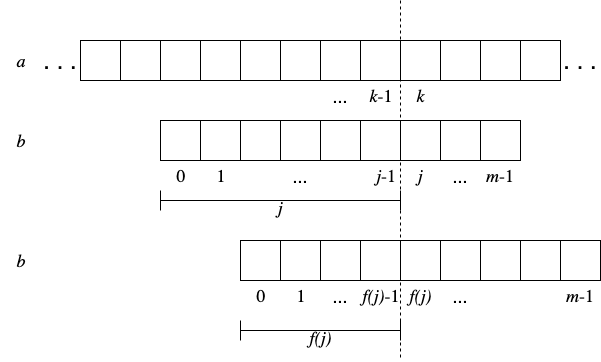
ppoblete/AED keeps this draw.io diagram as kmp3.png. Above is the earlier version. Source tidied: cells renumbered, new cells last; positions are measured from the earlier drawing's top-left corner, leaving out a move shared by most shapes.
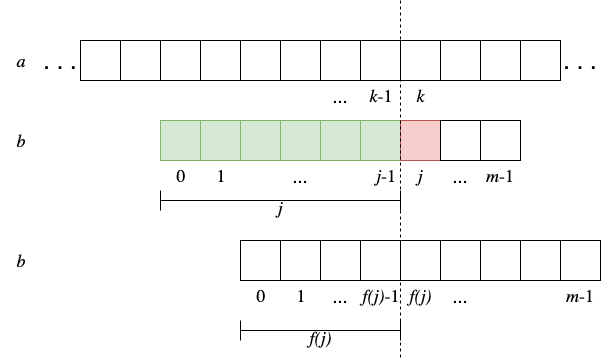
The same file after the commit.

Diff of the diagram source:
```diff
@@ -32,25 +32,25 @@
     <mxCell id="11" style="whiteSpace=wrap;html=1;" parent="1" vertex="1">
       <mxGeometry x="440" y="40" width="40" height="40" as="geometry" />
     </mxCell>
-    <mxCell id="12" style="whiteSpace=wrap;html=1;" parent="1" vertex="1">
+    <mxCell id="12" style="whiteSpace=wrap;html=1;fillColor=#d5e8d4;strokeColor=#82b366;" parent="1" vertex="1">
       <mxGeometry x="160" y="120" width="40" height="40" as="geometry" />
     </mxCell>
-    <mxCell id="13" style="whiteSpace=wrap;html=1;" parent="1" vertex="1">
+    <mxCell id="13" style="whiteSpace=wrap;html=1;fillColor=#d5e8d4;strokeColor=#82b366;" parent="1" vertex="1">
       <mxGeometry x="200" y="120" width="40" height="40" as="geometry" />
     </mxCell>
-    <mxCell id="14" style="whiteSpace=wrap;html=1;" parent="1" vertex="1">
+    <mxCell id="14" style="whiteSpace=wrap;html=1;fillColor=#d5e8d4;strokeColor=#82b366;" parent="1" vertex="1">
       <mxGeometry x="240" y="120" width="40" height="40" as="geometry" />
     </mxCell>
-    <mxCell id="15" style="whiteSpace=wrap;html=1;" parent="1" vertex="1">
+    <mxCell id="15" style="whiteSpace=wrap;html=1;fillColor=#d5e8d4;strokeColor=#82b366;" parent="1" vertex="1">
       <mxGeometry x="280" y="120" width="40" height="40" as="geometry" />
     </mxCell>
-    <mxCell id="16" style="whiteSpace=wrap;html=1;" parent="1" vertex="1">
+    <mxCell id="16" style="whiteSpace=wrap;html=1;fillColor=#d5e8d4;strokeColor=#82b366;" parent="1" vertex="1">
       <mxGeometry x="320" y="120" width="40" height="40" as="geometry" />
     </mxCell>
-    <mxCell id="17" style="whiteSpace=wrap;html=1;" parent="1" vertex="1">
+    <mxCell id="17" style="whiteSpace=wrap;html=1;fillColor=#d5e8d4;strokeColor=#82b366;" parent="1" vertex="1">
       <mxGeometry x="360" y="120" width="40" height="40" as="geometry" />
     </mxCell>
-    <mxCell id="18" style="whiteSpace=wrap;html=1;" parent="1" vertex="1">
+    <mxCell id="18" style="whiteSpace=wrap;html=1;fillColor=#f8cecc;strokeColor=#b85450;" parent="1" vertex="1">
       <mxGeometry x="400" y="120" width="40" height="40" as="geometry" />
     </mxCell>
     <mxCell id="19" value="&lt;font style=&quot;font-size: 24px&quot;&gt;. . .&lt;/font&gt;" style="text;html=1;strokeColor=none;fillColor=none;align=center;verticalAlign=middle;whiteSpace=wrap;rounded=0;" parent="1" vertex="1">
```
